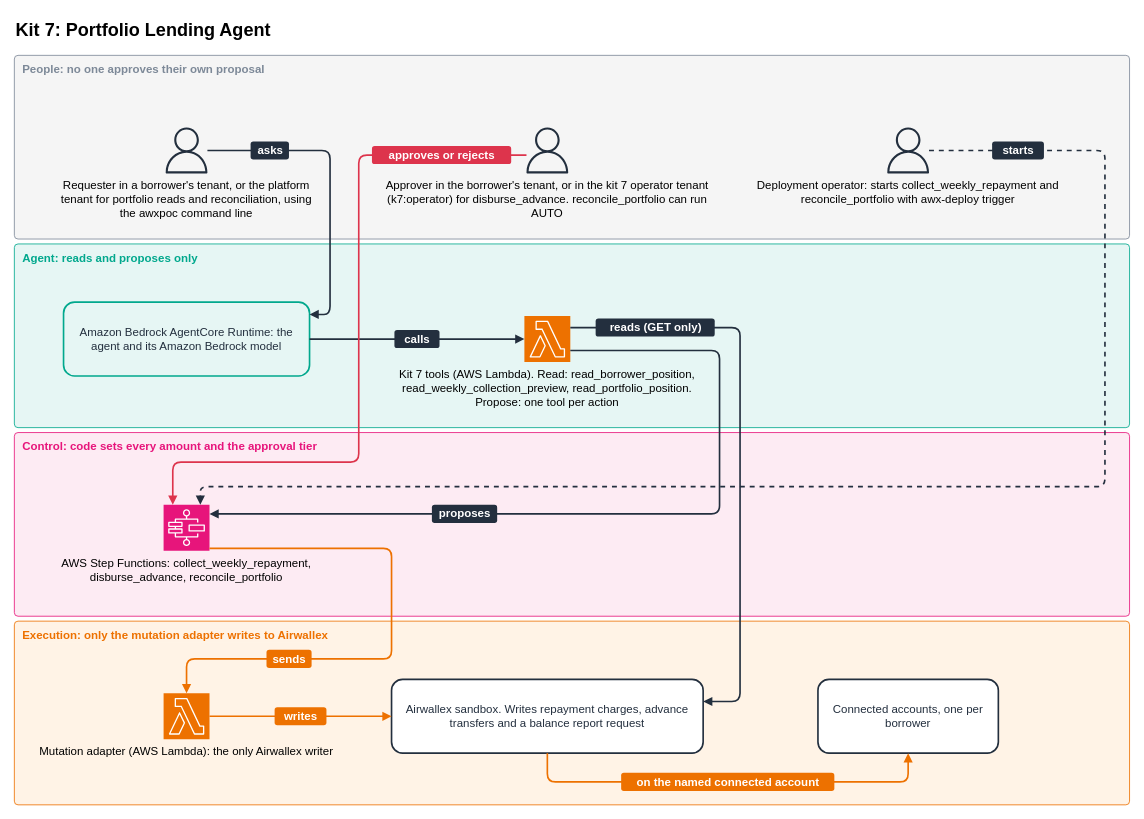
awx-devx/airwallex-agentic-banking-aws keeps this draw.io diagram as docs/architecture/overview/k7_lending.drawio. Above is the earlier version. Source tidied: cells renumbered, new cells numbered last; positions are measured from the earlier drawing's top-left corner, leaving out a move shared by most shapes. Both pictures are drawn from the tidied source at 82%, with x=0, y=0 at pixel (14, 14).
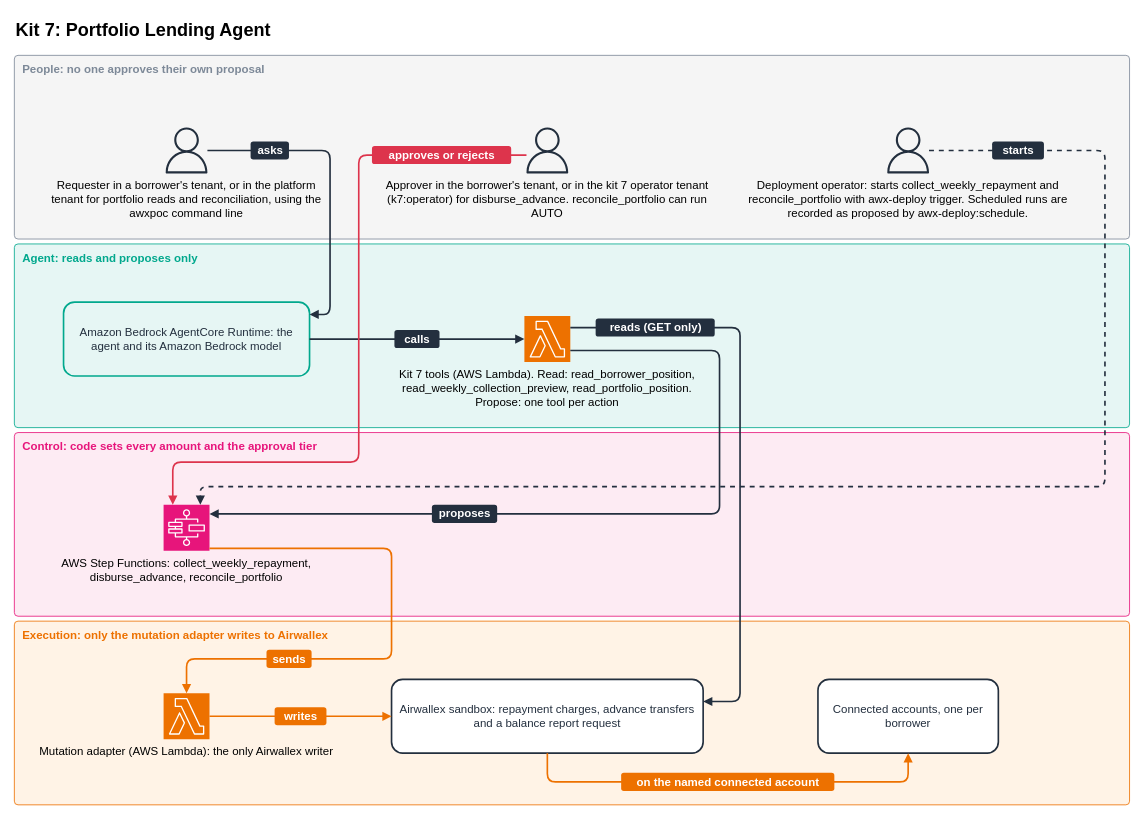
The same diagram, later.

The edit, as a diff of the source:
```diff
@@
-    <mxCell id="8" value="Requester in a borrower's tenant, or the platform tenant for portfolio reads and reconciliation, using the awxpoc command line" style="text;html=1;whiteSpace=wrap;verticalAlign=top;align=left;fontSize=11;align=center;verticalAlign=top;spacing=0;fontSize=14;" parent="1" vertex="1">
-      <mxGeometry x="50" y="196" width="320" height="62" as="geometry" />
+    <mxCell id="8" value="Requester in a borrower's tenant, or in the platform tenant for portfolio reads and reconciliation, using the awxpoc command line" style="text;html=1;whiteSpace=wrap;verticalAlign=top;align=left;fontSize=11;align=center;verticalAlign=top;spacing=0;fontSize=14;" parent="1" vertex="1">
+      <mxGeometry x="40" y="196" width="340" height="62" as="geometry" />
     </mxCell>
@@
-    <mxCell id="18" value="Airwallex sandbox. Writes repayment charges, advance transfers and a balance report request" style="rounded=1;whiteSpace=wrap;html=1;fillColor=#FFFFFF;strokeColor=#232F3E;strokeWidth=2;fontSize=14;fontColor=#232F3E;spacing=4;" parent="1" vertex="1">
+    <mxCell id="18" value="Airwallex sandbox: repayment charges, advance transfers and a balance report request" style="rounded=1;whiteSpace=wrap;html=1;fillColor=#FFFFFF;strokeColor=#232F3E;strokeWidth=2;fontSize=14;fontColor=#232F3E;spacing=4;" parent="1" vertex="1">
       <mxGeometry x="460" y="811" width="380" height="90" as="geometry" />
     </mxCell>
@@
-    <mxCell id="21" value="Deployment operator: starts collect_weekly_repayment and reconcile_portfolio with awx-deploy trigger" style="text;html=1;whiteSpace=wrap;verticalAlign=top;align=left;fontSize=11;align=center;verticalAlign=top;spacing=0;fontSize=14;" parent="1" vertex="1">
-      <mxGeometry x="900" y="196" width="380" height="62" as="geometry" />
+    <mxCell id="21" value="Deployment operator: starts collect_weekly_repayment and reconcile_portfolio with &lt;span style='white-space:nowrap'&gt;awx-deploy&lt;/span&gt; trigger. Scheduled runs are recorded as proposed by &lt;span style='white-space:nowrap'&gt;awx-deploy:schedule.&lt;/span&gt;" style="text;html=1;whiteSpace=wrap;verticalAlign=top;align=left;fontSize=11;align=center;verticalAlign=top;spacing=0;fontSize=14;" parent="1" vertex="1">
+      <mxGeometry x="870" y="196" width="440" height="62" as="geometry" />
     </mxCell>
```
